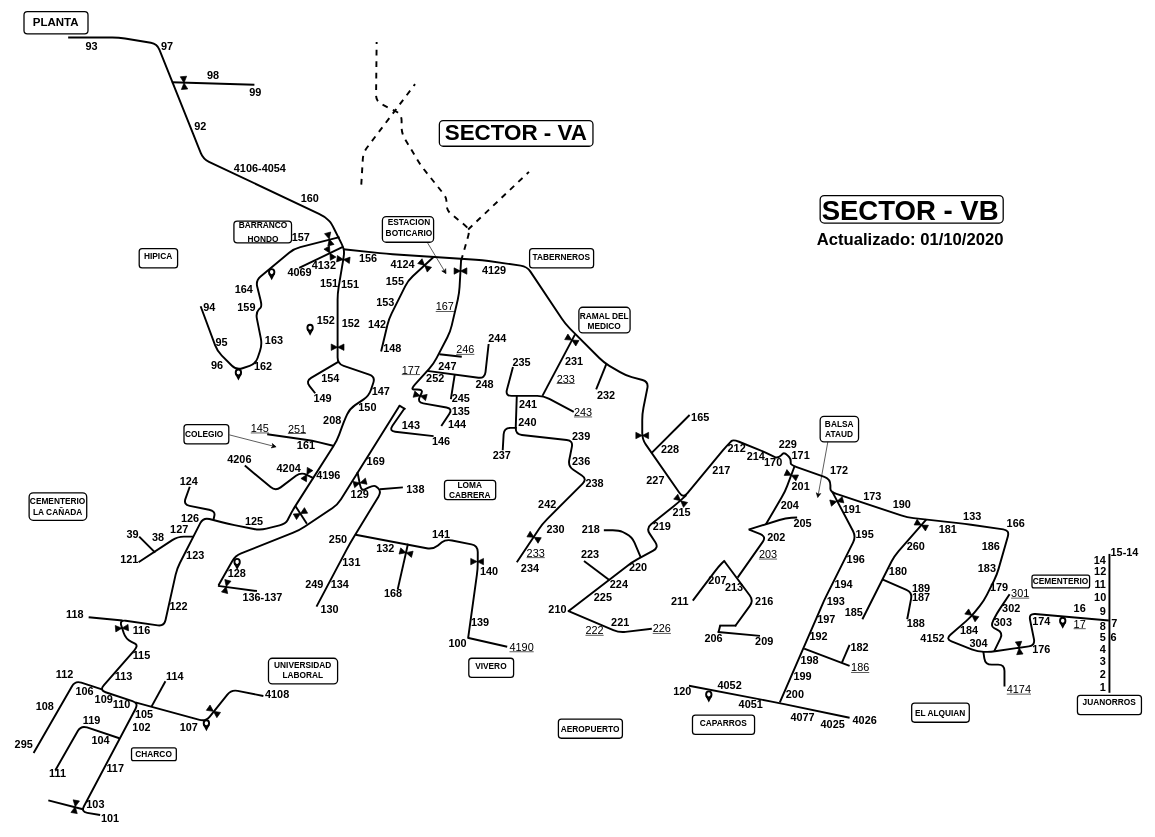
Above: planos-drawio/plano_VB.drawio in cr4vegas-team/doc-cr4vegas-planos (draw.io), before the change. Source tidied: cells renumbered, new cells numbered last; positions are measured from the earlier drawing's top-left corner, leaving out a move shared by most shapes. Both pictures are drawn from the tidied source at 64%, with x=0, y=0 at pixel (11, 12).
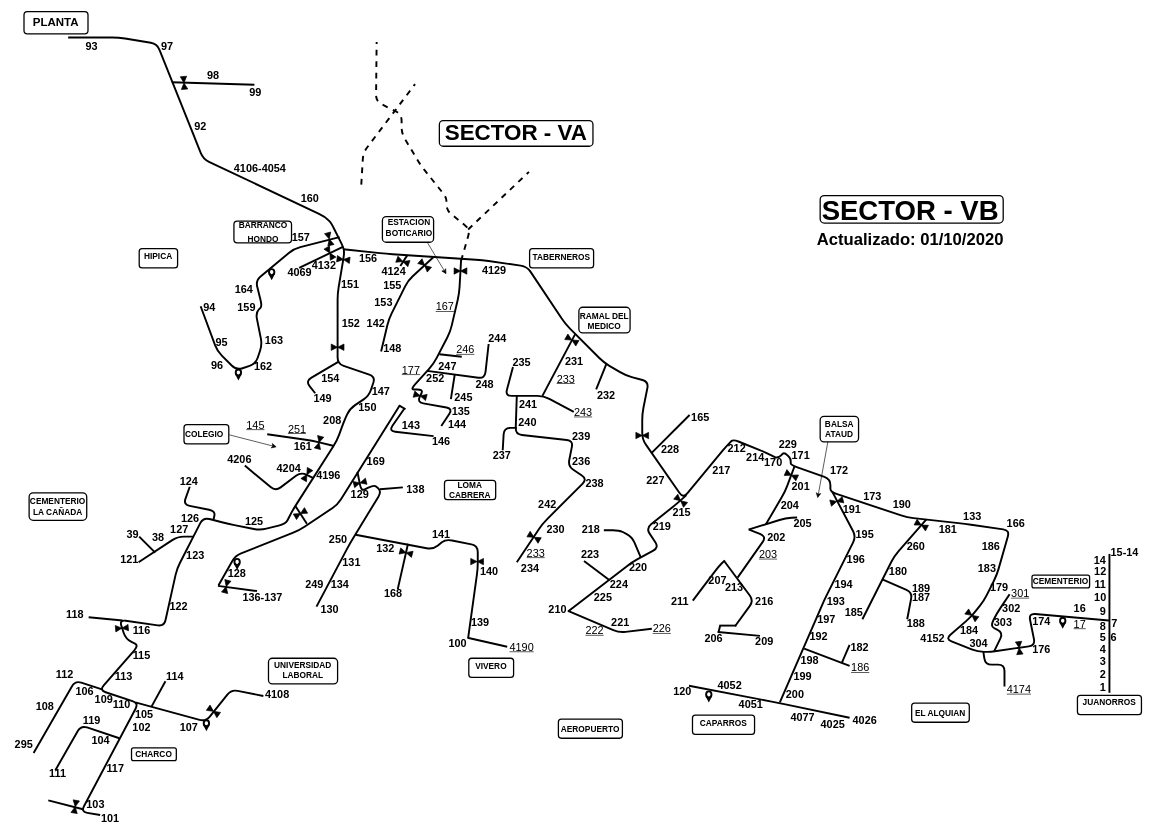
Above is the later version.

The edit, as a diff of the source:
```diff
@@
-    <mxCell id="29" style="verticalLabelPosition=bottom;align=center;dashed=0;html=1;verticalAlign=top;shape=mxgraph.pid.flow_sensors.rotameter;strokeWidth=3;fillColor=none;fontSize=17;rotation=-90;" parent="1" vertex="1">
-      <mxGeometry x="460" y="491.6" width="14" height="8.4" as="geometry" />
-    </mxCell>
@@
-    <mxCell id="85" value="&lt;font style=&quot;font-size: 17px&quot;&gt;151&lt;/font&gt;" style="text;html=1;strokeColor=none;fillColor=none;align=center;verticalAlign=middle;whiteSpace=wrap;rounded=0;fontSize=13;fontStyle=1;" parent="1" vertex="1">
-      <mxGeometry x="477" y="415" width="40" height="20" as="geometry" />
-    </mxCell>
     <mxCell id="86" value="&lt;font style=&quot;font-size: 17px&quot;&gt;4124&lt;/font&gt;" style="text;html=1;strokeColor=none;fillColor=none;align=center;verticalAlign=middle;whiteSpace=wrap;rounded=0;fontSize=13;fontStyle=1;" parent="1" vertex="1">
-      <mxGeometry x="592" y="384.8" width="40" height="20" as="geometry" />
+      <mxGeometry x="578" y="397" width="40" height="20" as="geometry" />
     </mxCell>
-    <mxCell id="87" value="152" style="text;html=1;strokeColor=none;fillColor=none;align=center;verticalAlign=middle;whiteSpace=wrap;rounded=0;fontSize=17;fontStyle=1;" parent="1" vertex="1">
-      <mxGeometry x="472" y="472.6" width="40" height="20" as="geometry" />
-    </mxCell>
     <mxCell id="88" value="155" style="text;html=1;strokeColor=none;fillColor=none;align=center;verticalAlign=middle;whiteSpace=wrap;rounded=0;fontSize=17;fontStyle=1;" parent="1" vertex="1">
-      <mxGeometry x="580" y="413.2" width="40" height="20" as="geometry" />
+      <mxGeometry x="576" y="419" width="40" height="20" as="geometry" />
     </mxCell>
     <mxCell id="89" value="153" style="text;html=1;strokeColor=none;fillColor=none;align=center;verticalAlign=middle;whiteSpace=wrap;rounded=0;fontSize=17;fontStyle=1;" parent="1" vertex="1">
-      <mxGeometry x="565" y="445" width="40" height="20" as="geometry" />
+      <mxGeometry x="562" y="445" width="40" height="20" as="geometry" />
     </mxCell>
@@
     <mxCell id="91" value="142" style="text;html=1;strokeColor=none;fillColor=none;align=center;verticalAlign=middle;whiteSpace=wrap;rounded=0;fontSize=17;fontStyle=1;" parent="1" vertex="1">
-      <mxGeometry x="552" y="480" width="40" height="20" as="geometry" />
+      <mxGeometry x="550" y="478" width="40" height="20" as="geometry" />
     </mxCell>
@@
     <mxCell id="111" value="245" style="text;html=1;strokeColor=none;fillColor=none;align=center;verticalAlign=middle;whiteSpace=wrap;rounded=0;fontSize=17;fontStyle=1;" parent="1" vertex="1">
-      <mxGeometry x="683" y="595" width="40" height="20" as="geometry" />
+      <mxGeometry x="687" y="594.2" width="40" height="20" as="geometry" />
     </mxCell>
@@
     <mxCell id="146" value="214" style="text;html=1;strokeColor=none;fillColor=none;align=center;verticalAlign=middle;whiteSpace=wrap;rounded=0;fontSize=17;fontStyle=1;" parent="1" vertex="1">
-      <mxGeometry x="1144" y="685" width="40" height="20" as="geometry" />
+      <mxGeometry x="1143" y="687" width="40" height="20" as="geometry" />
     </mxCell>
@@
     <mxCell id="269" value="&lt;span style=&quot;font-weight: normal&quot;&gt;&lt;u&gt;145&lt;/u&gt;&lt;/span&gt;" style="text;html=1;strokeColor=none;fillColor=none;align=center;verticalAlign=middle;whiteSpace=wrap;rounded=0;fontSize=17;fontStyle=1;" parent="1" vertex="1">
-      <mxGeometry x="369" y="642" width="40" height="20" as="geometry" />
+      <mxGeometry x="362" y="637.4" width="40" height="20" as="geometry" />
     </mxCell>
     <mxCell id="270" value="161" style="text;html=1;strokeColor=none;fillColor=none;align=center;verticalAlign=middle;whiteSpace=wrap;rounded=0;fontSize=17;fontStyle=1;" parent="1" vertex="1">
-      <mxGeometry x="441" y="668" width="40" height="20" as="geometry" />
+      <mxGeometry x="436" y="670" width="40" height="20" as="geometry" />
     </mxCell>
@@
+    <mxCell id="343" style="verticalLabelPosition=bottom;align=center;html=1;verticalAlign=top;dashed=0;shape=mxgraph.pid2valves.valve;valveType=gate;defState=closed;strokeWidth=1;fillColor=none;fontSize=17;rotation=15;direction=south;" parent="1" vertex="1">
+      <mxGeometry x="476" y="663" width="10" height="20" as="geometry" />
+    </mxCell>
+    <mxCell id="344" style="endArrow=none;html=1;strokeWidth=3;fontSize=43;exitX=0.75;exitY=0;exitDx=0;exitDy=0;" parent="1" edge="1" source="86">
+      <mxGeometry relative="1" as="geometry">
+        <mxPoint x="619" y="380.1" as="targetPoint" />
+      </mxGeometry>
+    </mxCell>
+    <mxCell id="345" style="verticalLabelPosition=bottom;align=center;html=1;verticalAlign=top;dashed=0;shape=mxgraph.pid2valves.valve;valveType=gate;defState=closed;strokeWidth=1;fillColor=none;fontSize=17;rotation=20;" parent="1" vertex="1">
+      <mxGeometry x="602" y="385" width="20" height="10" as="geometry" />
+    </mxCell>
```
